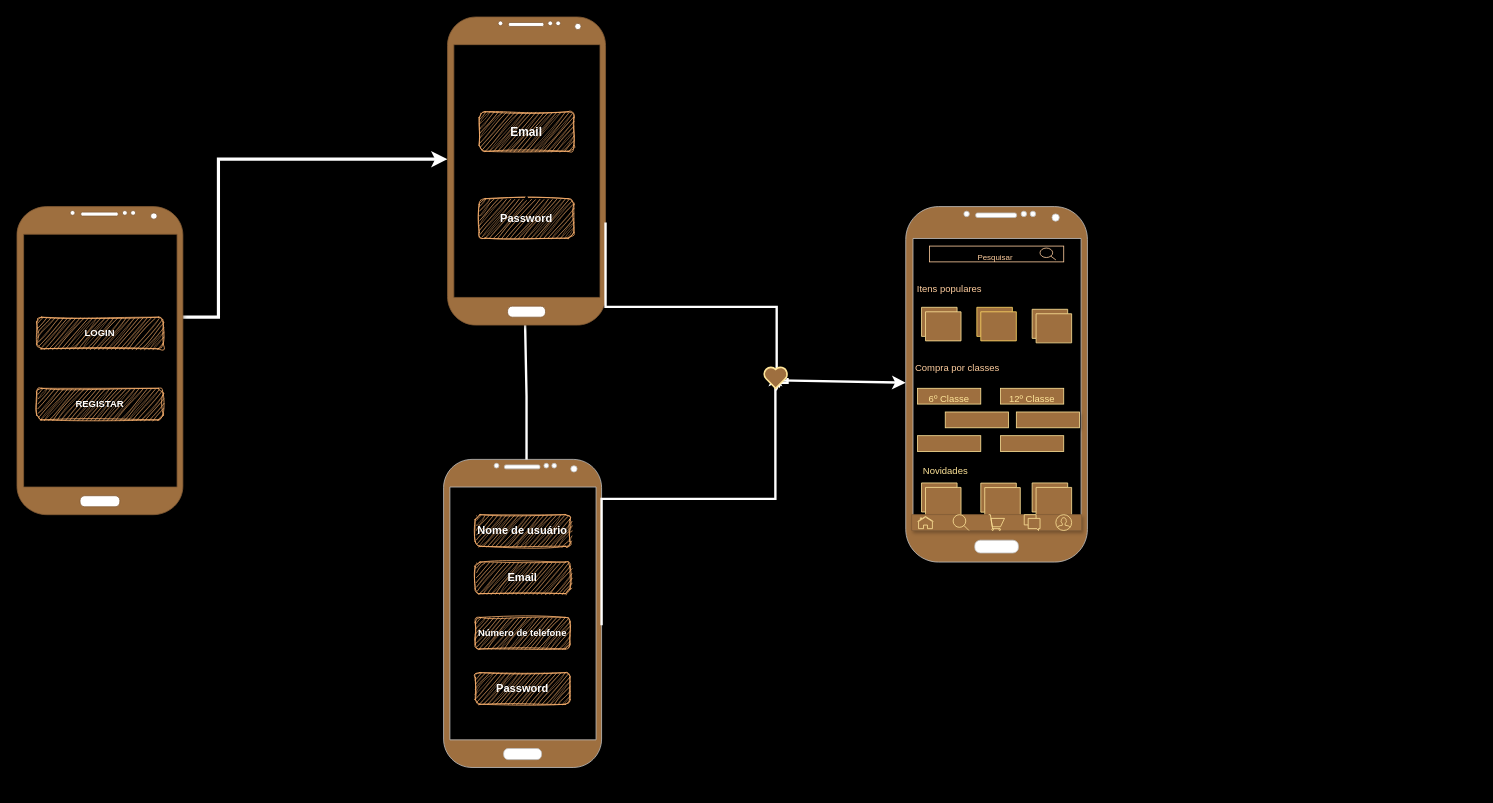
Earlier version of the draw.io diagram page "Page-1" (1 of 2) of Untitled Diagram.drawio (jasminanm/Projeto). Source tidied: cells renumbered, new cells numbered last; positions are measured from the earlier drawing's top-left corner, leaving out a move shared by most shapes. Both pictures are drawn from the tidied source at 79%, with x=0, y=0 at pixel (17, 17).
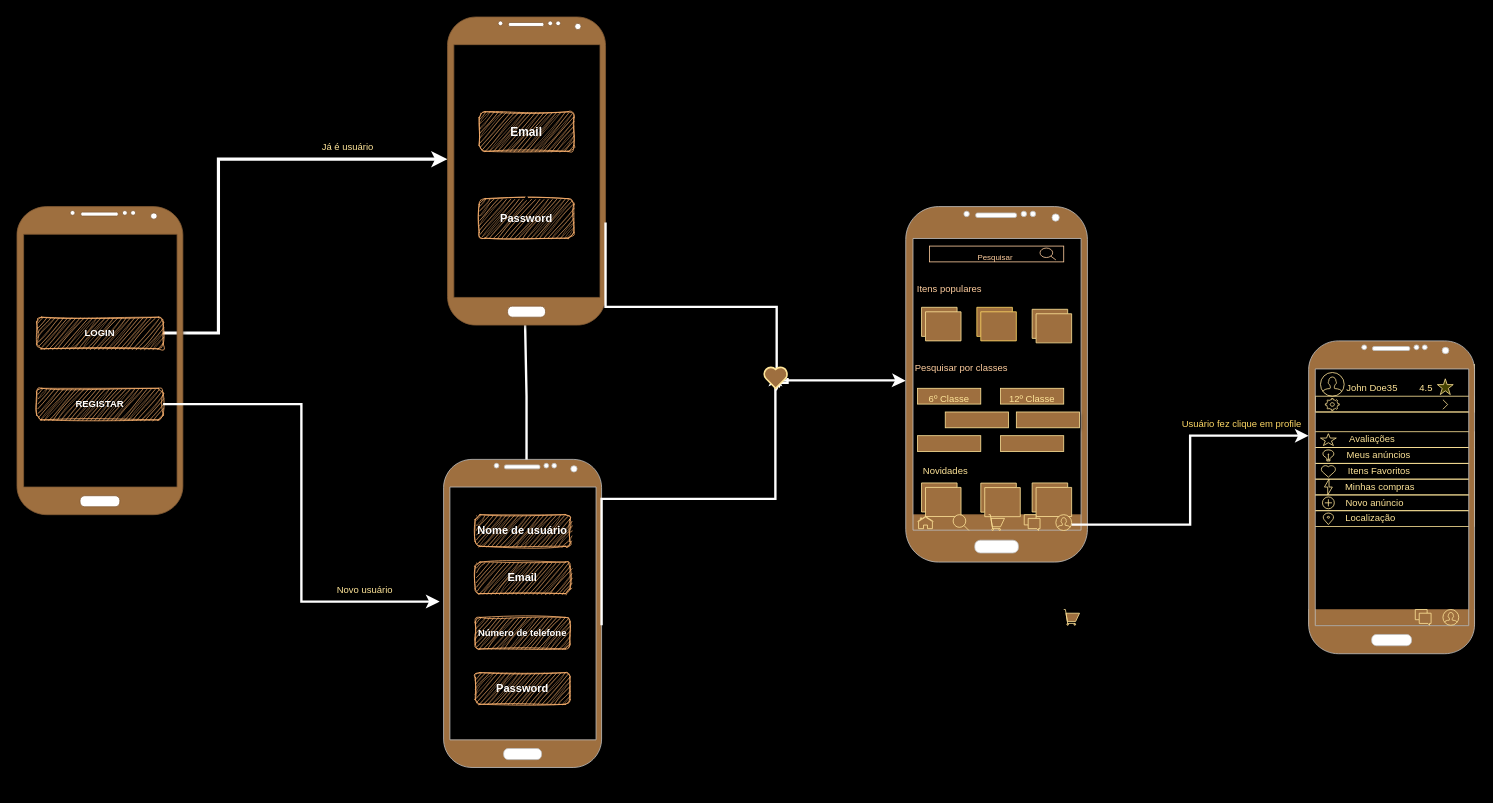
The same diagram, later.

The change refers to these unchanged cells:
```xml
<mxCell id="6" style="swimlane;startSize=0;fontColor=none;noLabel=1;strokeColor=none;" parent="1" vertex="1">
  <mxGeometry x="545" y="170" width="170" height="210" as="geometry" />
</mxCell>
<mxCell id="21" value="&lt;p style=&quot;line-height: 140%;&quot;&gt;&lt;font color=&quot;#ffffff&quot;&gt;&lt;b&gt;LOGIN&lt;/b&gt;&lt;/font&gt;&lt;/p&gt;" style="rounded=1;whiteSpace=wrap;html=1;labelBackgroundColor=none;labelBorderColor=none;fillColor=#FFB570;gradientColor=none;sketch=1;curveFitting=1;jiggle=2;strokeColor=#FFB570;" parent="1" vertex="1">
  <mxGeometry x="25" y="380" width="160" height="40" as="geometry" />
</mxCell>
<mxCell id="22" value="&lt;font color=&quot;#ffffff&quot;&gt;&lt;b&gt;REGISTAR&lt;/b&gt;&lt;/font&gt;" style="rounded=1;whiteSpace=wrap;html=1;shadow=0;strokeColor=#FFB570;glass=0;sketch=1;curveFitting=1;jiggle=2;fillColor=#FFB570;labelBackgroundColor=none;labelBorderColor=none;gradientColor=none;" parent="1" vertex="1">
  <mxGeometry x="25" y="470" width="160" height="40" as="geometry" />
</mxCell>
<mxCell id="28" style="verticalLabelPosition=bottom;verticalAlign=top;html=1;shadow=0;dashed=0;strokeWidth=1;shape=mxgraph.android.phone2;strokeColor=#c0c0c0;align=center;fontFamily=Helvetica;fontSize=12;fontColor=#f4a4c0;fillColor=#9E6F3F;gradientColor=none;" parent="1" vertex="1">
  <mxGeometry x="1125" y="240" width="230" height="450" as="geometry" />
</mxCell>
```

What changed in the source:
```diff
@@
+    <mxCell id="51" style="rounded=0;whiteSpace=wrap;html=1;strokeColor=#825B34;align=center;verticalAlign=top;fontFamily=Helvetica;fontSize=12;fontColor=#f4a4c0;fillColor=#9E6F3F;gradientColor=none;fillStyle=auto;shadow=1;dashed=0;strokeWidth=1;" parent="1" vertex="1">
+      <mxGeometry x="1635" y="750" width="210" height="20" as="geometry" />
+    </mxCell>
+    <mxCell id="52" style="rounded=0;whiteSpace=wrap;html=1;strokeColor=#FFE599;align=center;verticalAlign=middle;fontFamily=Helvetica;fontSize=12;fontColor=#FFE599;fillColor=none;gradientColor=none;" parent="1" vertex="1">
+      <mxGeometry x="1642.5" y="625" width="202.5" height="20" as="geometry" />
+    </mxCell>
+    <mxCell id="42" style="rounded=0;whiteSpace=wrap;html=1;shadow=1;dashed=0;strokeColor=#825B34;strokeWidth=1;align=center;verticalAlign=top;fontFamily=Helvetica;fontSize=12;fontColor=#f4a4c0;fillColor=#9E6F3F;gradientColor=none;" parent="1" vertex="1">
+      <mxGeometry x="1132.5" y="630" width="215" height="20" as="geometry" />
+    </mxCell>
+    <mxCell id="53" style="rounded=0;whiteSpace=wrap;html=1;strokeColor=#FFE599;align=center;verticalAlign=middle;fontFamily=Helvetica;fontSize=12;fontColor=#FFE599;fillColor=none;gradientColor=none;" parent="1" vertex="1">
+      <mxGeometry x="1642.5" y="605" width="202.5" height="20" as="geometry" />
+    </mxCell>
+    <mxCell id="54" style="rounded=0;whiteSpace=wrap;html=1;strokeColor=#FFE599;align=center;verticalAlign=middle;fontFamily=Helvetica;fontSize=12;fontColor=#FFE599;fillColor=none;gradientColor=none;" parent="1" vertex="1">
+      <mxGeometry x="1642.5" y="585" width="202.5" height="20" as="geometry" />
+    </mxCell>
+    <mxCell id="55" style="rounded=0;whiteSpace=wrap;html=1;strokeColor=#FFE599;align=center;verticalAlign=middle;fontFamily=Helvetica;fontSize=12;fontColor=#FFE599;fillColor=none;gradientColor=none;" parent="1" vertex="1">
+      <mxGeometry x="1642.5" y="565" width="202.5" height="20" as="geometry" />
+    </mxCell>
+    <mxCell id="56" style="rounded=0;whiteSpace=wrap;html=1;strokeColor=#FFE599;align=center;verticalAlign=middle;fontFamily=Helvetica;fontSize=12;fontColor=#FFE599;fillColor=none;gradientColor=none;" parent="1" vertex="1">
+      <mxGeometry x="1642.5" y="545" width="202.5" height="20" as="geometry" />
+    </mxCell>
+    <mxCell id="57" style="rounded=0;whiteSpace=wrap;html=1;align=center;verticalAlign=middle;fontFamily=Helvetica;fontSize=12;fontColor=#FFE599;fillColor=none;gradientColor=none;strokeColor=#FFE599;" parent="1" vertex="1">
+      <mxGeometry x="1642.5" y="525" width="202.5" height="20" as="geometry" />
+    </mxCell>
+    <mxCell id="58" style="rounded=0;whiteSpace=wrap;html=1;align=center;verticalAlign=middle;fontFamily=Helvetica;fontSize=12;fontColor=#FFE599;fillColor=none;gradientColor=none;strokeColor=#FFE599;" parent="1" vertex="1">
+      <mxGeometry x="1642.5" y="440" width="202.5" height="60" as="geometry" />
+    </mxCell>
+    <mxCell id="59" style="rounded=0;whiteSpace=wrap;html=1;align=center;verticalAlign=middle;fontFamily=Helvetica;fontSize=12;fontColor=#FFE599;fillColor=none;gradientColor=none;strokeColor=#FFE599;" parent="1" vertex="1">
+      <mxGeometry x="1643.8" y="480" width="201.2" height="20" as="geometry" />
+    </mxCell>
@@
-    <mxCell id="5" style="edgeStyle=segmentEdgeStyle;endArrow=classic;html=1;curved=0;rounded=0;endSize=8;startSize=8;strokeColor=#FFFFFF;strokeWidth=4;" parent="1" edge="1" target="6">
+    <mxCell id="5" style="edgeStyle=segmentEdgeStyle;endArrow=classic;html=1;curved=0;rounded=0;endSize=8;startSize=8;strokeColor=#FFFFFF;strokeWidth=4;exitX=1;exitY=0.5;exitDx=0;exitDy=0;" parent="1" edge="1" source="21" target="6">
       <mxGeometry relative="1" as="geometry">
-        <mxPoint x="205" y="380" as="sourcePoint" />
         <Array as="points">
-          <mxPoint x="255" y="380" />
+          <mxPoint x="255" y="400" />
           <mxPoint x="255" y="180" />
         </Array>
       </mxGeometry>
     </mxCell>
@@
     <mxCell id="27" style="endArrow=classic;html=1;rounded=0;labelBackgroundColor=default;strokeColor=#FFFFFF;strokeWidth=3;align=center;verticalAlign=middle;fontFamily=Helvetica;fontSize=12;fontColor=#f4a4c0;startSize=8;endSize=8;shape=connector;curved=0;elbow=vertical;" parent="1" edge="1" target="28">
       <mxGeometry relative="1" as="geometry">
         <mxPoint x="965" y="460" as="sourcePoint" />
+        <Array as="points">
+          <mxPoint x="1115" y="460" />
+        </Array>
       </mxGeometry>
     </mxCell>
@@
-    <mxCell id="35" value="Compra por classes" style="text;html=1;align=center;verticalAlign=middle;strokeColor=none;fillColor=none;fontSize=12;fontFamily=Helvetica;fontColor=#FFCE9F;labelBackgroundColor=none;" parent="1" vertex="1">
-      <mxGeometry x="1125" y="430" width="130" height="30" as="geometry" />
+    <mxCell id="35" value="Pesquisar por classes" style="text;html=1;align=center;verticalAlign=middle;strokeColor=none;fillColor=none;fontSize=12;fontFamily=Helvetica;fontColor=#FFCE9F;labelBackgroundColor=none;" parent="1" vertex="1">
+      <mxGeometry x="1125" y="430" width="140" height="30" as="geometry" />
     </mxCell>
@@
-    <mxCell id="42" style="rounded=0;whiteSpace=wrap;html=1;shadow=1;dashed=0;strokeColor=#825B34;strokeWidth=1;align=center;verticalAlign=top;fontFamily=Helvetica;fontSize=12;fontColor=#f4a4c0;fillColor=#9E6F3F;gradientColor=none;" parent="1" vertex="1">
-      <mxGeometry x="1132.5" y="630" width="215" height="20" as="geometry" />
-    </mxCell>
@@
+    <mxCell id="60" style="edgeStyle=elbowEdgeStyle;elbow=horizontal;endArrow=classic;html=1;curved=0;rounded=0;endSize=8;startSize=8;labelBackgroundColor=default;strokeColor=#FFFFFF;strokeWidth=3;align=center;verticalAlign=middle;fontFamily=Helvetica;fontSize=12;fontColor=#f4a4c0;shape=connector;exitX=1;exitY=0.5;exitDx=0;exitDy=0;" parent="1" edge="1" source="22">
+      <mxGeometry relative="1" as="geometry">
+        <mxPoint x="535" y="740" as="targetPoint" />
+      </mxGeometry>
+    </mxCell>
+    <mxCell id="61" style="edgeStyle=elbowEdgeStyle;elbow=horizontal;endArrow=classic;html=1;curved=0;rounded=0;endSize=8;startSize=8;labelBackgroundColor=default;strokeColor=#FFFFFF;strokeWidth=3;align=center;verticalAlign=middle;fontFamily=Helvetica;fontSize=12;fontColor=#f4a4c0;shape=connector;" parent="1" edge="1">
+      <mxGeometry relative="1" as="geometry">
+        <mxPoint x="1335" y="642.5" as="sourcePoint" />
+        <mxPoint x="1635" y="530" as="targetPoint" />
+      </mxGeometry>
+    </mxCell>
+    <mxCell id="62" style="verticalLabelPosition=bottom;verticalAlign=top;html=1;shadow=0;dashed=0;strokeWidth=1;shape=mxgraph.android.phone2;strokeColor=#c0c0c0;labelBackgroundColor=#ffffff;align=center;fontFamily=Helvetica;fontSize=12;fontColor=#f4a4c0;fillColor=#9E6F3F;gradientColor=none;" parent="1" vertex="1">
+      <mxGeometry x="1635" y="410" width="210" height="396" as="geometry" />
+    </mxCell>
+    <mxCell id="63" value="&lt;font color=&quot;#ffd966&quot;&gt;Usuário fez clique em profile&lt;/font&gt;" style="text;html=1;align=center;verticalAlign=middle;strokeColor=none;fillColor=none;fontSize=12;fontFamily=Helvetica;fontColor=#f4a4c0;" parent="1" vertex="1">
+      <mxGeometry x="1465" y="500" width="170" height="30" as="geometry" />
+    </mxCell>
+    <mxCell id="64" value="Já é usuário&amp;nbsp;" style="text;html=1;align=center;verticalAlign=middle;strokeColor=none;fillColor=none;fontSize=12;fontFamily=Helvetica;fontColor=#FFE599;strokeWidth=2;" parent="1" vertex="1">
+      <mxGeometry x="375" y="150" width="90" height="30" as="geometry" />
+    </mxCell>
+    <mxCell id="65" value="Novo usuário" style="text;html=1;align=center;verticalAlign=middle;strokeColor=none;fillColor=none;fontSize=12;fontFamily=Helvetica;fontColor=#FFE599;strokeWidth=2;" parent="1" vertex="1">
+      <mxGeometry x="395" y="710" width="90" height="30" as="geometry" />
+    </mxCell>
+    <mxCell id="66" style="html=1;verticalLabelPosition=bottom;align=center;labelBackgroundColor=#ffffff;verticalAlign=top;strokeWidth=1;strokeColor=#FFE599;shadow=0;dashed=0;shape=mxgraph.ios7.icons.user;fontFamily=Helvetica;fontSize=12;fontColor=#FFE599;fillColor=none;gradientColor=none;" parent="1" vertex="1">
+      <mxGeometry x="1650" y="450" width="30" height="30" as="geometry" />
+    </mxCell>
+    <mxCell id="67" value="John Doe35" style="text;html=1;align=center;verticalAlign=middle;strokeColor=none;fillColor=none;fontSize=12;fontFamily=Helvetica;fontColor=#FFE599;" parent="1" vertex="1">
+      <mxGeometry x="1670" y="454.5" width="90" height="30" as="geometry" />
+    </mxCell>
+    <mxCell id="68" style="html=1;verticalLabelPosition=bottom;align=center;labelBackgroundColor=#ffffff;verticalAlign=top;strokeWidth=1;strokeColor=#FFE599;shadow=0;dashed=0;shape=mxgraph.ios7.icons.settings;fontFamily=Helvetica;fontSize=12;fontColor=#FFE599;fillColor=none;gradientColor=none;" parent="1" vertex="1">
+      <mxGeometry x="1656.2" y="483" width="17.5" height="15" as="geometry" />
+    </mxCell>
+    <mxCell id="69" style="html=1;verticalLabelPosition=bottom;labelBackgroundColor=#ffffff;verticalAlign=top;shadow=0;dashed=0;strokeWidth=1;shape=mxgraph.ios7.misc.right;strokeColor=#FFE599;align=center;fontFamily=Helvetica;fontSize=12;fontColor=#FFE599;fillColor=none;gradientColor=none;" parent="1" vertex="1">
+      <mxGeometry x="1805" y="484.5" width="6" height="12" as="geometry" />
+    </mxCell>
+    <mxCell id="70" value="Avaliações" style="text;html=1;align=center;verticalAlign=middle;strokeColor=none;fillColor=none;fontSize=12;fontFamily=Helvetica;fontColor=#FFE599;" parent="1" vertex="1">
+      <mxGeometry x="1675" y="520" width="80" height="30" as="geometry" />
+    </mxCell>
+    <mxCell id="71" style="verticalLabelPosition=bottom;verticalAlign=top;html=1;shape=mxgraph.basic.star;rounded=0;strokeColor=#FFE599;align=center;fontFamily=Helvetica;fontSize=12;fontColor=#FFE599;fillColor=none;gradientColor=none;" parent="1" vertex="1">
+      <mxGeometry x="1650" y="527.5" width="20" height="15" as="geometry" />
+    </mxCell>
+    <mxCell id="72" value="Meus anúncios&amp;nbsp;" style="text;html=1;align=center;verticalAlign=middle;strokeColor=none;fillColor=none;fontSize=12;fontFamily=Helvetica;fontColor=#FFE599;" parent="1" vertex="1">
+      <mxGeometry x="1670" y="540" width="110" height="30" as="geometry" />
+    </mxCell>
+    <mxCell id="73" style="html=1;verticalLabelPosition=bottom;align=center;labelBackgroundColor=#ffffff;verticalAlign=top;strokeWidth=1;strokeColor=#FFE599;shadow=0;dashed=0;shape=mxgraph.ios7.icons.lightbulb;rounded=0;fontFamily=Helvetica;fontSize=12;fontColor=#FFE599;fillColor=none;gradientColor=none;" parent="1" vertex="1">
+      <mxGeometry x="1652.5" y="548" width="15" height="14" as="geometry" />
+    </mxCell>
+    <mxCell id="74" value="Itens Favoritos" style="text;html=1;align=center;verticalAlign=middle;strokeColor=none;fillColor=none;fontSize=12;fontFamily=Helvetica;fontColor=#FFE599;" parent="1" vertex="1">
+      <mxGeometry x="1673.8" y="560" width="100" height="30" as="geometry" />
+    </mxCell>
+    <mxCell id="75" style="html=1;verticalLabelPosition=bottom;align=center;labelBackgroundColor=#ffffff;verticalAlign=top;strokeWidth=1;strokeColor=#FFE599;shadow=0;dashed=0;shape=mxgraph.ios7.icons.heart;rounded=0;fontFamily=Helvetica;fontSize=12;fontColor=#FFE599;fillColor=none;gradientColor=none;" parent="1" vertex="1">
+      <mxGeometry x="1650.6" y="567.5" width="18.8" height="15" as="geometry" />
+    </mxCell>
+    <mxCell id="76" value="Minhas compras" style="text;html=1;align=center;verticalAlign=middle;strokeColor=none;fillColor=none;fontSize=12;fontFamily=Helvetica;fontColor=#FFE599;" parent="1" vertex="1">
+      <mxGeometry x="1670" y="580" width="110" height="30" as="geometry" />
+    </mxCell>
+    <mxCell id="77" style="html=1;verticalLabelPosition=bottom;align=center;labelBackgroundColor=#ffffff;verticalAlign=top;strokeWidth=1;strokeColor=#FFE599;shadow=0;dashed=0;shape=mxgraph.ios7.icons.flash;rounded=0;fontFamily=Helvetica;fontSize=12;fontColor=#FFE599;fillColor=none;gradientColor=none;" parent="1" vertex="1">
+      <mxGeometry x="1655" y="585" width="10" height="20" as="geometry" />
+    </mxCell>
+    <mxCell id="78" value="Novo anúncio&amp;nbsp;" style="text;html=1;align=center;verticalAlign=middle;strokeColor=none;fillColor=none;fontSize=12;fontFamily=Helvetica;fontColor=#FFE599;" parent="1" vertex="1">
+      <mxGeometry x="1670" y="600" width="100" height="30" as="geometry" />
+    </mxCell>
+    <mxCell id="79" style="html=1;verticalLabelPosition=bottom;align=center;labelBackgroundColor=#ffffff;verticalAlign=top;strokeWidth=1;strokeColor=#FFE599;shadow=0;dashed=0;shape=mxgraph.ios7.icons.add;rounded=0;fontFamily=Helvetica;fontSize=12;fontColor=#FFE599;fillColor=none;gradientColor=none;" parent="1" vertex="1">
+      <mxGeometry x="1652.5" y="607.5" width="15" height="15" as="geometry" />
+    </mxCell>
+    <mxCell id="80" style="html=1;verticalLabelPosition=bottom;align=center;labelBackgroundColor=#ffffff;verticalAlign=top;strokeWidth=1;strokeColor=#FFE599;shadow=0;dashed=0;shape=mxgraph.ios7.icons.location;rounded=0;fontFamily=Helvetica;fontSize=12;fontColor=#FFE599;fillColor=none;gradientColor=none;" parent="1" vertex="1">
+      <mxGeometry x="1652.8" y="627.5" width="14.4" height="15" as="geometry" />
+    </mxCell>
+    <mxCell id="81" value="Localização" style="text;html=1;align=center;verticalAlign=middle;strokeColor=none;fillColor=none;fontSize=12;fontFamily=Helvetica;fontColor=#FFE599;" parent="1" vertex="1">
+      <mxGeometry x="1667.5" y="620" width="90" height="30" as="geometry" />
+    </mxCell>
+    <mxCell id="82" value="4.5&amp;nbsp;" style="text;html=1;align=center;verticalAlign=middle;strokeColor=none;fillColor=none;fontSize=12;fontFamily=Helvetica;fontColor=#FFE599;" parent="1" vertex="1">
+      <mxGeometry x="1765" y="454.5" width="40" height="30" as="geometry" />
+    </mxCell>
+    <mxCell id="83" style="verticalLabelPosition=bottom;verticalAlign=top;html=1;shape=mxgraph.basic.star;rounded=0;strokeColor=#FFE599;align=center;fontFamily=Helvetica;fontSize=12;fontColor=#FFE599;fillColor=#454200;gradientColor=none;" parent="1" vertex="1">
+      <mxGeometry x="1798" y="458" width="20" height="20" as="geometry" />
+    </mxCell>
+    <mxCell id="84" style="html=1;verticalLabelPosition=bottom;align=center;labelBackgroundColor=#ffffff;verticalAlign=top;strokeWidth=1;strokeColor=#FFE599;shadow=0;dashed=0;shape=mxgraph.ios7.icons.user;rounded=0;fontFamily=Helvetica;fontSize=12;fontColor=#f4a4c0;fillColor=#9E6F3F;gradientColor=none;" parent="1" vertex="1">
+      <mxGeometry x="1805" y="750" width="20" height="20" as="geometry" />
+    </mxCell>
+    <mxCell id="85" style="html=1;verticalLabelPosition=bottom;align=center;labelBackgroundColor=#ffffff;verticalAlign=top;strokeWidth=1;strokeColor=#FFE599;shadow=0;dashed=0;shape=mxgraph.ios7.icons.messages;rounded=0;fontFamily=Helvetica;fontSize=12;fontColor=#f4a4c0;fillColor=#9E6F3F;gradientColor=none;" parent="1" vertex="1">
+      <mxGeometry x="1770" y="750" width="20" height="20" as="geometry" />
+    </mxCell>
+    <mxCell id="86" style="html=1;verticalLabelPosition=bottom;align=center;labelBackgroundColor=#ffffff;verticalAlign=top;strokeWidth=1;strokeColor=#FFE599;shadow=0;dashed=0;shape=mxgraph.ios7.icons.shopping_cart;rounded=0;fontFamily=Helvetica;fontSize=12;fontColor=#f4a4c0;fillColor=#9E6F3F;gradientColor=none;" parent="1" vertex="1">
+      <mxGeometry x="1325" y="750" width="20" height="20" as="geometry" />
+    </mxCell>
```
